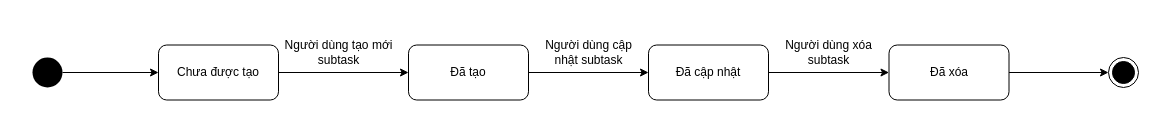
This is ToDoApp-Doc/Document/Diagram/State Machine Diagram/ManageSubtask/ManageSubtask.drawio from Merevoli-DatLuu/To-Do-App, a draw.io file, before an edit. Source tidied: cells renumbered, new cells numbered last; positions are measured from the earlier drawing's top-left corner, leaving out a move shared by most shapes. Both pictures are drawn from the tidied source at 100%, with x=0, y=0 at pixel (32, 37).
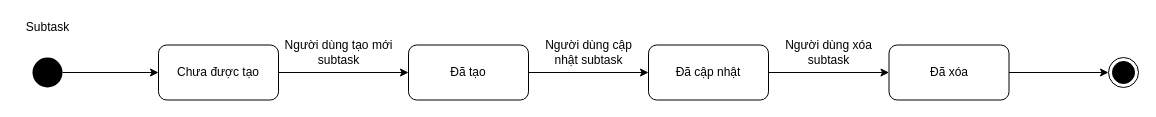
After the change.

Commit message:
[Document, Modified]: ManageSubtask.drawio StateDiagram

What changed in the source:
```diff
@@
 <mxGraphModel>
   <root>
     <mxCell id="0" />
     <mxCell id="1" parent="0" />
     <mxCell id="2" style="edgeStyle=orthogonalEdgeStyle;rounded=0;jettySize=auto;html=1;" parent="1" edge="1" source="3" target="5">
       <mxGeometry relative="1" as="geometry" />
     </mxCell>
     <mxCell id="3" style="ellipse;fillColor=#000000;strokeColor=none;" parent="1" vertex="1">
       <mxGeometry y="20" width="30" height="30" as="geometry" />
     </mxCell>
     <mxCell id="4" style="edgeStyle=orthogonalEdgeStyle;rounded=0;jettySize=auto;html=1;entryX=0;entryY=0.5;entryDx=0;entryDy=0;" parent="1" edge="1" source="5" target="7">
       <mxGeometry relative="1" as="geometry" />
     </mxCell>
     <mxCell id="5" value="Chưa được tạo" style="rounded=1;whiteSpace=wrap;html=1;" parent="1" vertex="1">
       <mxGeometry x="126" y="7.5" width="120" height="55" as="geometry" />
     </mxCell>
     <mxCell id="6" style="edgeStyle=orthogonalEdgeStyle;rounded=0;jettySize=auto;html=1;entryX=0;entryY=0.5;entryDx=0;entryDy=0;" parent="1" edge="1" source="7" target="9">
       <mxGeometry relative="1" as="geometry" />
     </mxCell>
     <mxCell id="7" value="Đã tạo" style="rounded=1;whiteSpace=wrap;html=1;" parent="1" vertex="1">
       <mxGeometry x="376" y="7.5" width="120" height="55" as="geometry" />
     </mxCell>
     <mxCell id="8" style="edgeStyle=orthogonalEdgeStyle;rounded=0;jettySize=auto;html=1;" parent="1" edge="1" source="9" target="11">
       <mxGeometry relative="1" as="geometry" />
     </mxCell>
     <mxCell id="9" value="Đã cập nhật" style="rounded=1;whiteSpace=wrap;html=1;" parent="1" vertex="1">
       <mxGeometry x="616" y="7.5" width="120" height="55" as="geometry" />
     </mxCell>
     <mxCell id="10" style="edgeStyle=orthogonalEdgeStyle;rounded=0;jettySize=auto;html=1;" parent="1" edge="1" source="11" target="15">
       <mxGeometry relative="1" as="geometry" />
     </mxCell>
     <mxCell id="11" value="Đã xóa" style="rounded=1;whiteSpace=wrap;html=1;" parent="1" vertex="1">
       <mxGeometry x="856.5" y="7.5" width="120" height="55" as="geometry" />
     </mxCell>
     <mxCell id="12" value="&lt;div&gt;Người dùng tạo mới&lt;/div&gt;&lt;div&gt;subtask&lt;/div&gt;" style="text;html=1;align=center;verticalAlign=middle;" parent="1" vertex="1">
       <mxGeometry x="246" width="120" height="30" as="geometry" />
     </mxCell>
     <mxCell id="13" value="&lt;div&gt;Người dùng cập &lt;br&gt;&lt;/div&gt;&lt;div&gt;nhật subtask&lt;/div&gt;" style="text;html=1;align=center;verticalAlign=middle;" parent="1" vertex="1">
       <mxGeometry x="506" width="100" height="30" as="geometry" />
     </mxCell>
     <mxCell id="14" value="&lt;div&gt;Người dùng xóa&lt;/div&gt;&lt;div&gt;subtask&lt;/div&gt;" style="text;html=1;align=center;verticalAlign=middle;" parent="1" vertex="1">
       <mxGeometry x="746" width="100" height="30" as="geometry" />
     </mxCell>
     <mxCell id="15" style="ellipse;html=1;shape=endState;fillColor=#000000;strokeColor=#000000;" parent="1" vertex="1">
       <mxGeometry x="1076" y="20" width="30" height="30" as="geometry" />
     </mxCell>
+    <mxCell id="16" value="Subtask" style="text;html=1;align=center;verticalAlign=middle;" parent="1" vertex="1">
+      <mxGeometry x="-15" y="-20" width="60" height="20" as="geometry" />
+    </mxCell>
   </root>
 </mxGraphModel>
```
